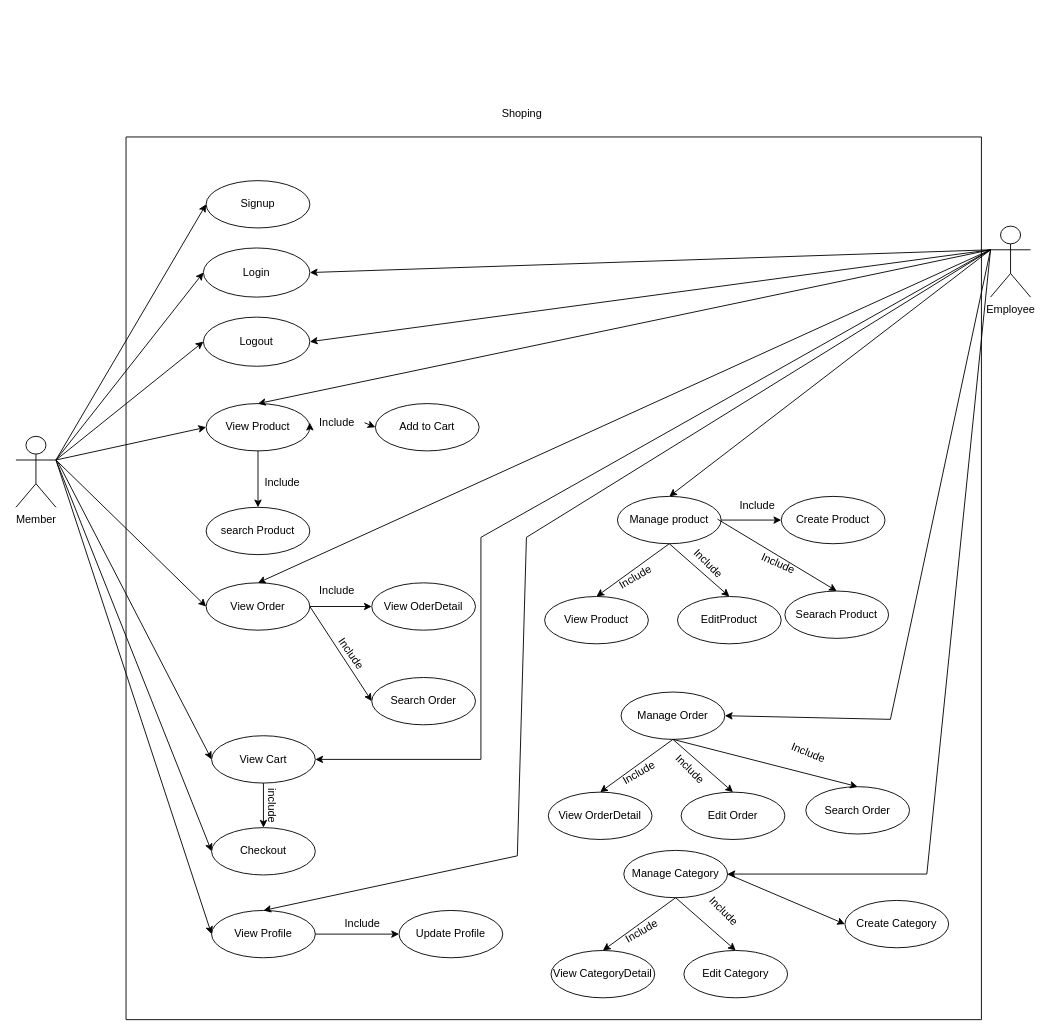
NguyenVanDuan11/PRN221_FinalProject_Team2 keeps this draw.io diagram as UseCase.drawio. Above is the earlier version. Source tidied: cells renumbered, new cells numbered last; positions are measured from the earlier drawing's top-left corner, leaving out a move shared by most shapes. Both pictures are drawn from the tidied source at 91%, with x=0, y=0 at pixel (15, 100).
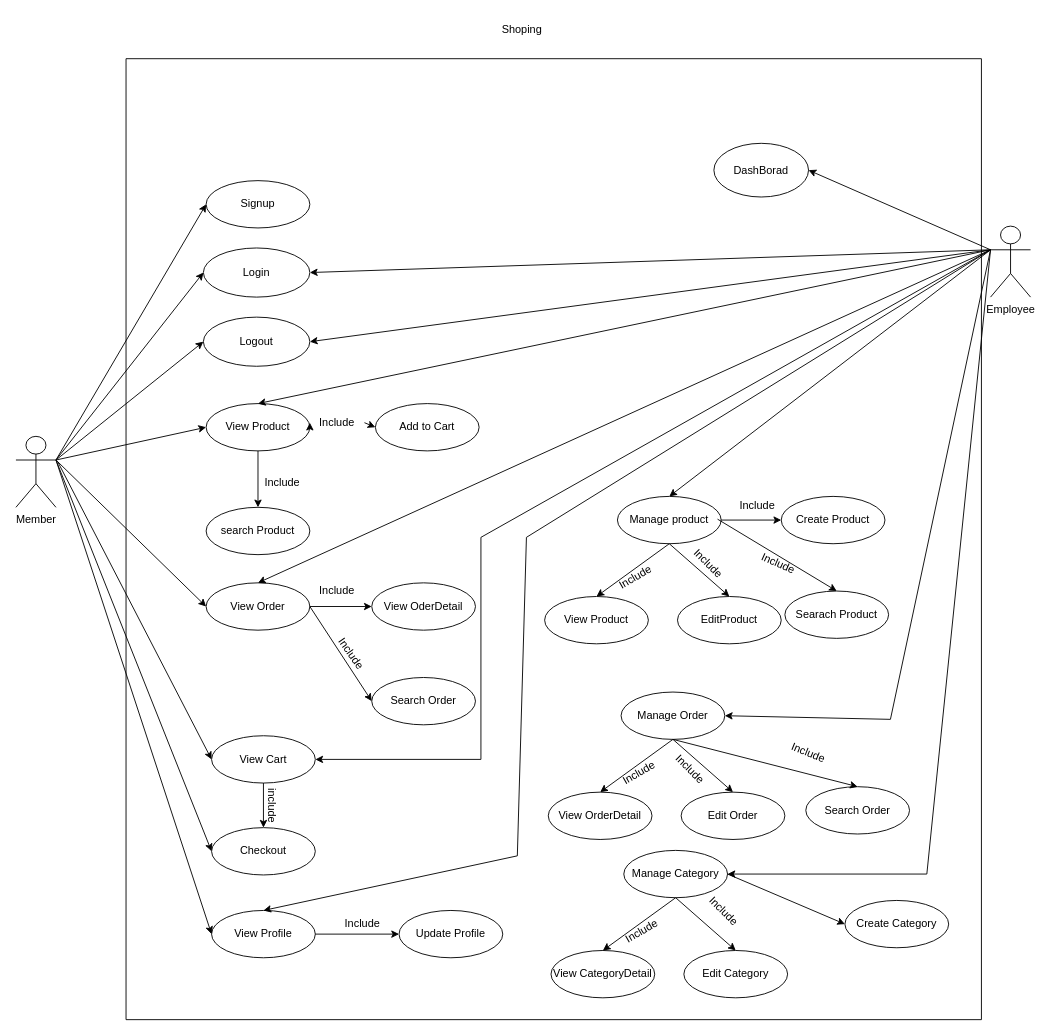
The same page after the edit.

The change refers to these unchanged cells:
```xml
<mxCell id="6" value="Employee" style="shape=umlActor;verticalLabelPosition=bottom;verticalAlign=top;html=1;outlineConnect=0;" parent="1" vertex="1">
  <mxGeometry x="1071" y="138" width="44" height="78" as="geometry" />
</mxCell>
```

The edit, as a diff of the source:
```diff
@@
     <mxCell id="79" style="swimlane;startSize=0;strokeColor=default;fontFamily=Helvetica;fontSize=12;fontColor=default;fillColor=default;html=1;" parent="1" vertex="1">
-      <mxGeometry x="121" y="40" width="940" height="970" as="geometry" />
+      <mxGeometry x="121" y="-46" width="940" height="1056" as="geometry" />
     </mxCell>
+    <mxCell id="81" value="DashBorad" style="ellipse;whiteSpace=wrap;html=1;" parent="79" vertex="1">
+      <mxGeometry x="646" y="93" width="104" height="59" as="geometry" />
+    </mxCell>
     <mxCell id="80" value="Shoping&amp;nbsp;" style="text;html=1;strokeColor=none;fillColor=none;align=center;verticalAlign=middle;whiteSpace=wrap;rounded=0;fontSize=12;fontFamily=Helvetica;fontColor=default;" parent="1" vertex="1">
-      <mxGeometry x="528" width="60" height="30" as="geometry" />
+      <mxGeometry x="528" y="-93" width="60" height="30" as="geometry" />
     </mxCell>
+    <mxCell id="82" style="endArrow=classic;html=1;rounded=0;entryX=1;entryY=0.5;entryDx=0;entryDy=0;exitX=0;exitY=0.3333333333333333;exitDx=0;exitDy=0;exitPerimeter=0;" parent="1" edge="1" source="6" target="81">
+      <mxGeometry relative="1" as="geometry" />
+    </mxCell>
```
